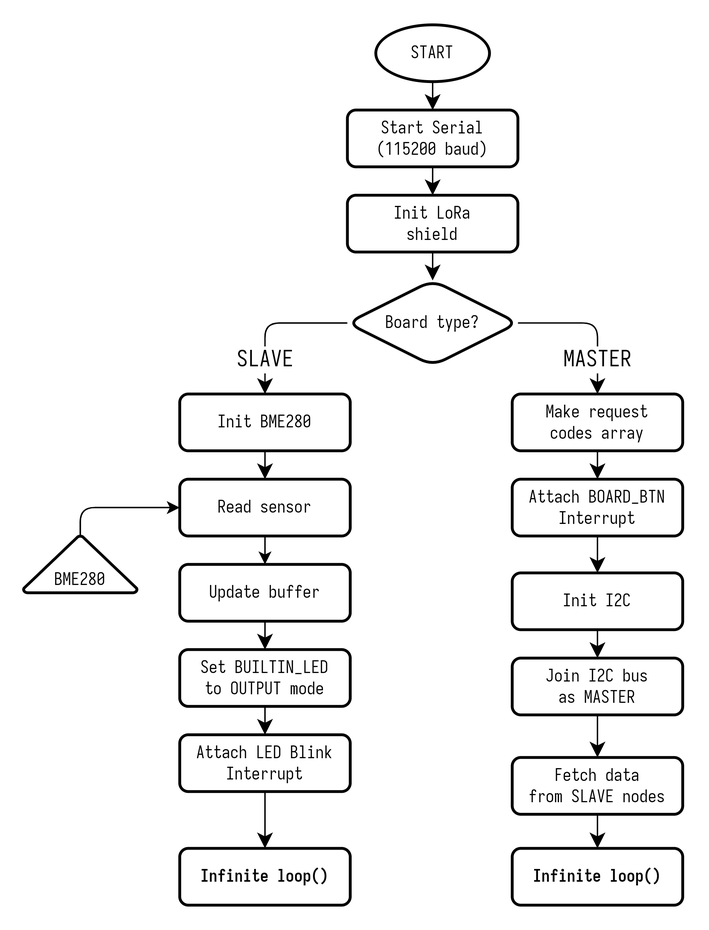
Above: images/firmware-flowchart.png in utbrott/lora-psn (draw.io), before the change. Source tidied: cells renumbered, new cells last; positions are measured from the earlier drawing's top-left corner, leaving out a move shared by most shapes.
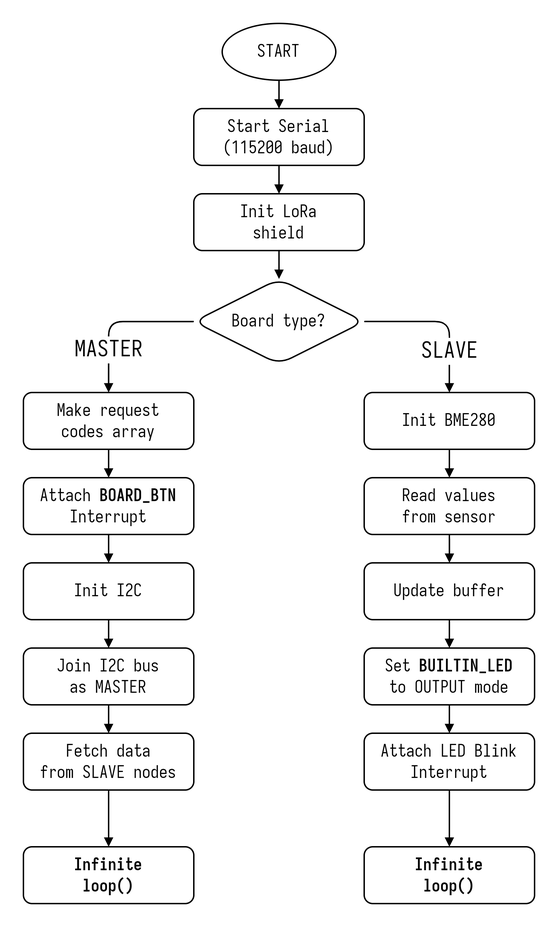
The same diagram one commit later.

The edit, as a diff of the source:
```diff
@@ -1,127 +1,117 @@
 <mxGraphModel>
   <root>
-    <mxCell id="0" />
-    <mxCell id="1" parent="0" />
-    <mxCell id="2" value="BME280" style="strokeWidth=2;html=1;shape=mxgraph.flowchart.extract_or_measurement;whiteSpace=wrap;verticalAlign=bottom;fontFamily=Iosevka;rounded=1;" parent="1" vertex="1">
-      <mxGeometry y="360" width="80" height="40" as="geometry" />
-    </mxCell>
-    <mxCell id="3" value="Read sensor" style="rounded=1;whiteSpace=wrap;html=1;fontSize=12;glass=0;strokeWidth=2;shadow=0;fontFamily=Iosevka;" parent="1" vertex="1">
-      <mxGeometry x="110" y="320" width="120" height="40" as="geometry" />
-    </mxCell>
-    <mxCell id="4" style="edgeStyle=orthogonalEdgeStyle;rounded=1;jettySize=auto;html=1;exitX=0.5;exitY=0;exitDx=0;exitDy=0;exitPerimeter=0;fontSize=12;strokeWidth=1;entryX=0;entryY=0.5;entryDx=0;entryDy=0;" parent="1" edge="1" source="2" target="3">
-      <mxGeometry relative="1" as="geometry">
-        <Array as="points">
-          <mxPoint x="40" y="340" />
-        </Array>
-      </mxGeometry>
-    </mxCell>
+    <mxCell id="37" />
+    <mxCell id="38" parent="37" />
+    <mxCell id="39" value="Read values&lt;br&gt;from sensor" style="rounded=1;whiteSpace=wrap;html=1;fontSize=12;glass=0;strokeWidth=1;shadow=0;fontFamily=Iosevka;" parent="38" vertex="1">
+      <mxGeometry x="338" y="316" width="120" height="40" as="geometry" />
+    </mxCell>
-    <mxCell id="5" value="Update buffer" style="rounded=1;whiteSpace=wrap;html=1;fontSize=12;glass=0;strokeWidth=2;shadow=0;fontFamily=Iosevka;" parent="1" vertex="1">
-      <mxGeometry x="110" y="380" width="120" height="40" as="geometry" />
+    <mxCell id="5" value="Update buffer" style="rounded=1;whiteSpace=wrap;html=1;fontSize=12;glass=0;strokeWidth=1;shadow=0;fontFamily=Iosevka;" parent="38" vertex="1">
+      <mxGeometry x="338" y="376" width="120" height="40" as="geometry" />
     </mxCell>
-    <mxCell id="6" style="edgeStyle=orthogonalEdgeStyle;rounded=1;jettySize=auto;html=1;exitX=0.5;exitY=1;exitDx=0;exitDy=0;" parent="1" edge="1" source="3" target="5">
-      <mxGeometry relative="1" as="geometry" />
-    </mxCell>
+    <mxCell id="40" style="edgeStyle=orthogonalEdgeStyle;rounded=1;jettySize=auto;html=1;exitX=0.5;exitY=1;exitDx=0;exitDy=0;strokeWidth=1;endArrow=block;endFill=1;endSize=4;" parent="38" edge="1" source="39" target="5">
+      <mxGeometry relative="1" as="geometry" />
+    </mxCell>
-    <mxCell id="7" value="START" style="strokeWidth=2;html=1;shape=mxgraph.flowchart.start_1;whiteSpace=wrap;fontFamily=Iosevka;rounded=1;" parent="1" vertex="1">
-      <mxGeometry x="248" width="80" height="40" as="geometry" />
+    <mxCell id="7" value="START" style="strokeWidth=1;html=1;shape=mxgraph.flowchart.start_1;whiteSpace=wrap;fontFamily=Iosevka;rounded=1;" parent="38" vertex="1">
+      <mxGeometry x="238" y="-4" width="80" height="40" as="geometry" />
     </mxCell>
+    <mxCell id="26" style="edgeStyle=orthogonalEdgeStyle;rounded=1;jettySize=auto;html=1;entryX=0.5;entryY=0;entryDx=0;entryDy=0;fontSize=12;startSize=8;endSize=4;strokeWidth=1;exitX=0;exitY=0.5;exitDx=0;exitDy=0;endArrow=block;endFill=1;" parent="38" edge="1" source="8" target="25">
+      <mxGeometry relative="1" as="geometry">
+        <Array as="points">
+          <mxPoint x="158" y="206" />
+        </Array>
+      </mxGeometry>
+    </mxCell>
+    <mxCell id="27" value="MASTER" style="edgeLabel;html=1;align=center;verticalAlign=middle;fontSize=16;fontFamily=Iosevka;" parent="26" vertex="1">
+      <mxGeometry x="-0.54" relative="1" as="geometry">
+        <mxPoint x="-35" y="20" as="offset" />
+      </mxGeometry>
+    </mxCell>
+    <mxCell id="16" style="edgeStyle=orthogonalEdgeStyle;rounded=1;jettySize=auto;html=1;entryX=0.5;entryY=0;entryDx=0;entryDy=0;fontSize=12;startSize=8;endSize=4;exitX=1;exitY=0.5;exitDx=0;exitDy=0;endArrow=block;endFill=1;" parent="38" edge="1" source="8" target="15">
+      <mxGeometry relative="1" as="geometry">
+        <Array as="points">
+          <mxPoint x="398" y="206" />
+        </Array>
+      </mxGeometry>
+    </mxCell>
+    <mxCell id="17" value="SLAVE" style="edgeLabel;html=1;align=center;verticalAlign=middle;fontSize=16;fontFamily=Iosevka;" parent="16" vertex="1">
+      <mxGeometry x="0.34" relative="1" as="geometry">
+        <mxPoint y="7" as="offset" />
+      </mxGeometry>
+    </mxCell>
-    <mxCell id="8" value="Board type?" style="rhombus;whiteSpace=wrap;html=1;fontFamily=Iosevka;fontSize=12;strokeWidth=2;rounded=1;" parent="1" vertex="1">
-      <mxGeometry x="228" y="180" width="120" height="60" as="geometry" />
+    <mxCell id="8" value="Board type?" style="rhombus;whiteSpace=wrap;html=1;fontFamily=Iosevka;fontSize=12;strokeWidth=1;rounded=1;" parent="38" vertex="1">
+      <mxGeometry x="218" y="176" width="120" height="60" as="geometry" />
     </mxCell>
-    <mxCell id="9" value="Start Serial&lt;br&gt;(115200 baud)" style="rounded=1;whiteSpace=wrap;html=1;fontSize=12;glass=0;strokeWidth=2;shadow=0;fontFamily=Iosevka;" parent="1" vertex="1">
-      <mxGeometry x="228" y="60" width="120" height="40" as="geometry" />
+    <mxCell id="9" value="Start Serial&lt;br&gt;(115200 baud)" style="rounded=1;whiteSpace=wrap;html=1;fontSize=12;glass=0;strokeWidth=1;shadow=0;fontFamily=Iosevka;" parent="38" vertex="1">
+      <mxGeometry x="218" y="56" width="120" height="40" as="geometry" />
     </mxCell>
-    <mxCell id="10" style="edgeStyle=none;curved=1;rounded=0;jettySize=auto;html=1;fontSize=12;startSize=8;endSize=8;" parent="1" edge="1" source="7" target="9">
+    <mxCell id="10" style="edgeStyle=none;curved=1;rounded=0;jettySize=auto;html=1;fontSize=12;startSize=8;endSize=4;endArrow=block;endFill=1;strokeWidth=1;" parent="38" edge="1" source="7" target="9">
       <mxGeometry relative="1" as="geometry" />
     </mxCell>
-    <mxCell id="11" style="edgeStyle=none;curved=1;rounded=0;jettySize=auto;html=1;fontSize=12;startSize=8;endSize=8;" parent="1" edge="1" source="12" target="8">
+    <mxCell id="11" style="edgeStyle=none;curved=1;rounded=0;jettySize=auto;html=1;fontSize=12;startSize=8;endSize=4;endArrow=block;endFill=1;strokeWidth=1;" parent="38" edge="1" source="12" target="8">
       <mxGeometry relative="1" as="geometry" />
     </mxCell>
-    <mxCell id="12" value="Init LoRa&lt;br&gt;shield" style="rounded=1;whiteSpace=wrap;html=1;fontSize=12;glass=0;strokeWidth=2;shadow=0;fontFamily=Iosevka;" parent="1" vertex="1">
-      <mxGeometry x="228" y="120" width="120" height="40" as="geometry" />
+    <mxCell id="12" value="Init LoRa&lt;br&gt;shield" style="rounded=1;whiteSpace=wrap;html=1;fontSize=12;glass=0;strokeWidth=1;shadow=0;fontFamily=Iosevka;" parent="38" vertex="1">
+      <mxGeometry x="218" y="116" width="120" height="40" as="geometry" />
     </mxCell>
-    <mxCell id="13" style="edgeStyle=none;curved=1;rounded=0;jettySize=auto;html=1;fontSize=12;startSize=8;endSize=8;" parent="1" edge="1" source="9" target="12">
+    <mxCell id="13" style="edgeStyle=none;curved=1;rounded=0;jettySize=auto;html=1;fontSize=12;startSize=8;endSize=4;endArrow=block;endFill=1;strokeWidth=1;" parent="38" edge="1" source="9" target="12">
       <mxGeometry relative="1" as="geometry" />
     </mxCell>
-    <mxCell id="14" style="edgeStyle=none;curved=1;rounded=0;jettySize=auto;html=1;exitX=0.5;exitY=1;exitDx=0;exitDy=0;fontSize=12;startSize=8;endSize=8;" parent="1" edge="1" source="15" target="3">
-      <mxGeometry relative="1" as="geometry" />
-    </mxCell>
+    <mxCell id="41" style="edgeStyle=none;curved=1;rounded=0;jettySize=auto;html=1;exitX=0.5;exitY=1;exitDx=0;exitDy=0;fontSize=12;startSize=8;endSize=4;strokeWidth=1;endArrow=block;endFill=1;" parent="38" edge="1" source="15" target="39">
+      <mxGeometry relative="1" as="geometry" />
+    </mxCell>
-    <mxCell id="15" value="Init BME280" style="rounded=1;whiteSpace=wrap;html=1;fontSize=12;glass=0;strokeWidth=2;shadow=0;fontFamily=Iosevka;" parent="1" vertex="1">
-      <mxGeometry x="110" y="260" width="120" height="40" as="geometry" />
+    <mxCell id="15" value="Init BME280" style="rounded=1;whiteSpace=wrap;html=1;fontSize=12;glass=0;strokeWidth=1;shadow=0;fontFamily=Iosevka;" parent="38" vertex="1">
+      <mxGeometry x="338" y="256" width="120" height="40" as="geometry" />
     </mxCell>
-    <mxCell id="16" style="edgeStyle=none;rounded=1;jettySize=auto;html=1;entryX=0.5;entryY=0;entryDx=0;entryDy=0;fontSize=12;startSize=8;endSize=8;" parent="1" edge="1" source="8" target="15">
-      <mxGeometry relative="1" as="geometry">
-        <Array as="points">
-          <mxPoint x="170" y="210" />
-        </Array>
-      </mxGeometry>
-    </mxCell>
-    <mxCell id="17" value="SLAVE" style="edgeLabel;html=1;align=center;verticalAlign=middle;fontSize=16;fontFamily=Iosevka;" parent="16" vertex="1">
-      <mxGeometry x="0.21" relative="1" as="geometry">
-        <mxPoint y="18" as="offset" />
-      </mxGeometry>
-    </mxCell>
-    <mxCell id="18" value="Set BUILTIN_LED&lt;br&gt;to OUTPUT mode" style="rounded=1;whiteSpace=wrap;html=1;fontSize=12;glass=0;strokeWidth=2;shadow=0;fontFamily=Iosevka;" parent="1" vertex="1">
-      <mxGeometry x="110" y="440" width="120" height="40" as="geometry" />
+    <mxCell id="18" value="Set &lt;b&gt;BUILTIN_LED&lt;/b&gt;&lt;br&gt;to OUTPUT mode" style="rounded=1;whiteSpace=wrap;html=1;fontSize=12;glass=0;strokeWidth=1;shadow=0;fontFamily=Iosevka;" parent="38" vertex="1">
+      <mxGeometry x="338" y="436" width="120" height="40" as="geometry" />
     </mxCell>
-    <mxCell id="19" style="edgeStyle=none;curved=1;rounded=0;jettySize=auto;html=1;exitX=0.5;exitY=1;exitDx=0;exitDy=0;entryX=0.5;entryY=0;entryDx=0;entryDy=0;fontSize=12;startSize=8;endSize=8;" parent="1" edge="1" source="5" target="18">
+    <mxCell id="19" style="edgeStyle=none;curved=1;rounded=0;jettySize=auto;html=1;exitX=0.5;exitY=1;exitDx=0;exitDy=0;entryX=0.5;entryY=0;entryDx=0;entryDy=0;fontSize=12;startSize=8;endSize=4;strokeWidth=1;endArrow=block;endFill=1;" parent="38" edge="1" source="5" target="18">
       <mxGeometry relative="1" as="geometry" />
     </mxCell>
-    <mxCell id="20" value="Attach LED Blink&lt;br&gt;Interrupt" style="rounded=1;whiteSpace=wrap;html=1;fontSize=12;glass=0;strokeWidth=2;shadow=0;fontFamily=Iosevka;" parent="1" vertex="1">
-      <mxGeometry x="110" y="500" width="120" height="40" as="geometry" />
+    <mxCell id="20" value="Attach LED Blink&lt;br&gt;Interrupt" style="rounded=1;whiteSpace=wrap;html=1;fontSize=12;glass=0;strokeWidth=1;shadow=0;fontFamily=Iosevka;" parent="38" vertex="1">
+      <mxGeometry x="338" y="496" width="120" height="40" as="geometry" />
     </mxCell>
-    <mxCell id="21" style="edgeStyle=none;curved=1;rounded=0;jettySize=auto;html=1;exitX=0.5;exitY=1;exitDx=0;exitDy=0;fontSize=12;startSize=8;endSize=8;" parent="1" edge="1" source="18" target="20">
+    <mxCell id="21" style="edgeStyle=none;curved=1;rounded=0;jettySize=auto;html=1;exitX=0.5;exitY=1;exitDx=0;exitDy=0;fontSize=12;startSize=8;endSize=4;strokeWidth=1;endArrow=block;endFill=1;" parent="38" edge="1" source="18" target="20">
       <mxGeometry relative="1" as="geometry" />
     </mxCell>
-    <mxCell id="22" value="Infinite loop()" style="rounded=1;whiteSpace=wrap;html=1;fontSize=12;glass=0;strokeWidth=2;shadow=0;fontFamily=Iosevka;fontStyle=1;" parent="1" vertex="1">
-      <mxGeometry x="110" y="580" width="120" height="40" as="geometry" />
-    </mxCell>
-    <mxCell id="23" style="edgeStyle=none;curved=1;rounded=0;jettySize=auto;html=1;entryX=0.5;entryY=0;entryDx=0;entryDy=0;fontSize=12;startSize=8;endSize=8;" parent="1" edge="1" source="20" target="22">
-      <mxGeometry relative="1" as="geometry" />
-    </mxCell>
-    <mxCell id="24" value="Infinite loop()" style="rounded=1;whiteSpace=wrap;html=1;fontSize=12;glass=0;strokeWidth=2;shadow=0;fontFamily=Iosevka;fontStyle=1;" parent="1" vertex="1">
-      <mxGeometry x="344" y="580" width="120" height="40" as="geometry" />
-    </mxCell>
+    <mxCell id="42" value="Infinite&lt;br&gt;loop()" style="rounded=1;whiteSpace=wrap;html=1;fontSize=12;glass=0;strokeWidth=1;shadow=0;fontFamily=Iosevka;fontStyle=1;" parent="38" vertex="1">
+      <mxGeometry x="338" y="576" width="120" height="40" as="geometry" />
+    </mxCell>
+    <mxCell id="43" style="edgeStyle=none;curved=1;rounded=0;jettySize=auto;html=1;entryX=0.5;entryY=0;entryDx=0;entryDy=0;fontSize=12;startSize=8;endSize=4;strokeWidth=1;endArrow=block;endFill=1;" parent="38" edge="1" source="20" target="42">
+      <mxGeometry relative="1" as="geometry" />
+    </mxCell>
+    <mxCell id="44" value="Infinite&lt;br&gt;loop()" style="rounded=1;whiteSpace=wrap;html=1;fontSize=12;glass=0;strokeWidth=1;shadow=0;fontFamily=Iosevka;fontStyle=1;" parent="38" vertex="1">
+      <mxGeometry x="98" y="576" width="120" height="40" as="geometry" />
+    </mxCell>
-    <mxCell id="25" value="Make request&lt;br&gt;codes array" style="rounded=1;whiteSpace=wrap;html=1;fontSize=12;glass=0;strokeWidth=2;shadow=0;fontFamily=Iosevka;" parent="1" vertex="1">
-      <mxGeometry x="344" y="260" width="120" height="40" as="geometry" />
+    <mxCell id="25" value="Make request&lt;br&gt;codes array" style="rounded=1;whiteSpace=wrap;html=1;fontSize=12;glass=0;strokeWidth=1;shadow=0;fontFamily=Iosevka;" parent="38" vertex="1">
+      <mxGeometry x="98" y="256" width="120" height="40" as="geometry" />
     </mxCell>
-    <mxCell id="26" style="edgeStyle=none;rounded=1;jettySize=auto;html=1;exitX=1;exitY=0.5;exitDx=0;exitDy=0;entryX=0.5;entryY=0;entryDx=0;entryDy=0;fontSize=12;startSize=8;endSize=8;" parent="1" edge="1" source="8" target="25">
-      <mxGeometry relative="1" as="geometry">
-        <Array as="points">
-          <mxPoint x="404" y="210" />
-        </Array>
-      </mxGeometry>
-    </mxCell>
-    <mxCell id="27" value="MASTER" style="edgeLabel;html=1;align=center;verticalAlign=middle;fontSize=16;fontFamily=Iosevka;" parent="26" vertex="1">
-      <mxGeometry x="0.28" y="-1" relative="1" as="geometry">
-        <mxPoint x="1" y="14" as="offset" />
-      </mxGeometry>
-    </mxCell>
-    <mxCell id="28" style="edgeStyle=none;curved=1;rounded=0;jettySize=auto;html=1;fontSize=12;startSize=8;endSize=8;entryX=0.5;entryY=0;entryDx=0;entryDy=0;" parent="1" edge="1" source="29" target="32">
+    <mxCell id="28" style="edgeStyle=none;curved=1;rounded=0;jettySize=auto;html=1;fontSize=12;startSize=8;endSize=4;entryX=0.5;entryY=0;entryDx=0;entryDy=0;strokeWidth=1;endArrow=block;endFill=1;" parent="38" edge="1" source="29" target="32">
       <mxGeometry relative="1" as="geometry" />
     </mxCell>
-    <mxCell id="29" value="Attach BOARD_BTN&lt;br&gt;Interrupt" style="rounded=1;whiteSpace=wrap;html=1;fontSize=12;glass=0;strokeWidth=2;shadow=0;fontFamily=Iosevka;" parent="1" vertex="1">
-      <mxGeometry x="344" y="320" width="120" height="40" as="geometry" />
+    <mxCell id="29" value="Attach &lt;b&gt;BOARD_BTN&lt;/b&gt;&lt;br&gt;Interrupt" style="rounded=1;whiteSpace=wrap;html=1;fontSize=12;glass=0;strokeWidth=1;shadow=0;fontFamily=Iosevka;" parent="38" vertex="1">
+      <mxGeometry x="98" y="316" width="120" height="40" as="geometry" />
     </mxCell>
-    <mxCell id="30" style="edgeStyle=none;curved=1;rounded=0;jettySize=auto;html=1;entryX=0.5;entryY=0;entryDx=0;entryDy=0;fontSize=12;startSize=8;endSize=8;" parent="1" edge="1" source="25" target="29">
+    <mxCell id="30" style="edgeStyle=none;curved=1;rounded=0;jettySize=auto;html=1;entryX=0.5;entryY=0;entryDx=0;entryDy=0;fontSize=12;startSize=8;endSize=4;strokeWidth=1;endArrow=block;endFill=1;" parent="38" edge="1" source="25" target="29">
       <mxGeometry relative="1" as="geometry" />
     </mxCell>
-    <mxCell id="31" style="edgeStyle=none;curved=1;rounded=0;jettySize=auto;html=1;exitX=0.5;exitY=1;exitDx=0;exitDy=0;entryX=0.5;entryY=0;entryDx=0;entryDy=0;fontSize=12;startSize=8;endSize=8;" parent="1" edge="1" source="32" target="34">
+    <mxCell id="31" style="edgeStyle=none;curved=1;rounded=0;jettySize=auto;html=1;exitX=0.5;exitY=1;exitDx=0;exitDy=0;entryX=0.5;entryY=0;entryDx=0;entryDy=0;fontSize=12;startSize=8;endSize=4;strokeWidth=1;endArrow=block;endFill=1;" parent="38" edge="1" source="32" target="34">
       <mxGeometry relative="1" as="geometry" />
     </mxCell>
-    <mxCell id="32" value="Init I2C" style="rounded=1;whiteSpace=wrap;html=1;fontSize=12;glass=0;strokeWidth=2;shadow=0;fontFamily=Iosevka;" parent="1" vertex="1">
-      <mxGeometry x="344" y="386" width="120" height="40" as="geometry" />
+    <mxCell id="32" value="Init I2C" style="rounded=1;whiteSpace=wrap;html=1;fontSize=12;glass=0;strokeWidth=1;shadow=0;fontFamily=Iosevka;" parent="38" vertex="1">
+      <mxGeometry x="98" y="376" width="120" height="40" as="geometry" />
     </mxCell>
-    <mxCell id="33" style="edgeStyle=none;curved=1;rounded=0;jettySize=auto;html=1;entryX=0.5;entryY=0;entryDx=0;entryDy=0;fontSize=12;startSize=8;endSize=8;" parent="1" edge="1" source="34" target="36">
+    <mxCell id="33" style="edgeStyle=none;curved=1;rounded=0;jettySize=auto;html=1;entryX=0.5;entryY=0;entryDx=0;entryDy=0;fontSize=12;startSize=8;endSize=4;strokeWidth=1;endArrow=block;endFill=1;" parent="38" edge="1" source="34" target="36">
       <mxGeometry relative="1" as="geometry" />
     </mxCell>
-    <mxCell id="34" value="Join I2C bus&lt;br&gt;as MASTER" style="rounded=1;whiteSpace=wrap;html=1;fontSize=12;glass=0;strokeWidth=2;shadow=0;fontFamily=Iosevka;" parent="1" vertex="1">
-      <mxGeometry x="344" y="446" width="120" height="40" as="geometry" />
+    <mxCell id="34" value="Join I2C bus&lt;br&gt;as MASTER" style="rounded=1;whiteSpace=wrap;html=1;fontSize=12;glass=0;strokeWidth=1;shadow=0;fontFamily=Iosevka;" parent="38" vertex="1">
+      <mxGeometry x="98" y="436" width="120" height="40" as="geometry" />
     </mxCell>
-    <mxCell id="35" style="edgeStyle=none;curved=1;rounded=0;jettySize=auto;html=1;fontSize=12;startSize=8;endSize=8;" parent="1" edge="1" source="36" target="24">
-      <mxGeometry relative="1" as="geometry" />
-    </mxCell>
+    <mxCell id="45" style="edgeStyle=none;curved=1;rounded=0;jettySize=auto;html=1;fontSize=12;startSize=8;endSize=4;strokeWidth=1;endArrow=block;endFill=1;" parent="38" edge="1" source="36" target="44">
+      <mxGeometry relative="1" as="geometry" />
+    </mxCell>
-    <mxCell id="36" value="Fetch data&lt;br&gt;from SLAVE nodes" style="rounded=1;whiteSpace=wrap;html=1;fontSize=12;glass=0;strokeWidth=2;shadow=0;fontFamily=Iosevka;" parent="1" vertex="1">
-      <mxGeometry x="344" y="516" width="120" height="40" as="geometry" />
+    <mxCell id="36" value="Fetch data&lt;br&gt;from SLAVE nodes" style="rounded=1;whiteSpace=wrap;html=1;fontSize=12;glass=0;strokeWidth=1;shadow=0;fontFamily=Iosevka;" parent="38" vertex="1">
+      <mxGeometry x="98" y="496" width="120" height="40" as="geometry" />
     </mxCell>
   </root>
 </mxGraphModel>
```
